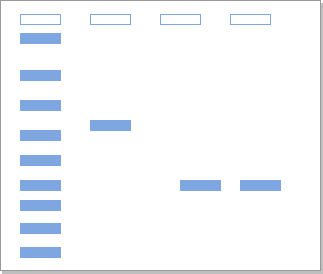
Before: experiment/simulation/images/outputgel.png, a diagram exported from draw.io (virtual-labs/exp-protein-page-iitkgp). Source tidied: cells renumbered, new cells last; positions are measured from the earlier drawing's top-left corner, leaving out a move shared by most shapes.
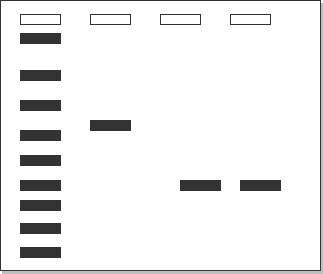
The same file after the commit.

What changed in the source:
```diff
@@ -2,55 +2,55 @@
   <root>
     <mxCell id="0" />
     <mxCell id="1" parent="0" />
-    <mxCell id="2" style="rounded=0;whiteSpace=wrap;html=1;strokeColor=#999999;glass=0;shadow=1;rotation=0;" parent="1" vertex="1">
+    <mxCell id="2" style="rounded=0;whiteSpace=wrap;html=1;strokeColor=#333333;glass=0;shadow=1;rotation=0;" parent="1" vertex="1">
       <mxGeometry width="320" height="270" as="geometry" />
     </mxCell>
-    <mxCell id="3" style="rounded=0;whiteSpace=wrap;html=1;fillColor=#FFFFFF;strokeColor=#7EA6E0;" parent="1" vertex="1">
+    <mxCell id="3" style="rounded=0;whiteSpace=wrap;html=1;fillColor=#FFFFFF;strokeColor=#333333;" parent="1" vertex="1">
       <mxGeometry x="20" y="14" width="40" height="10" as="geometry" />
     </mxCell>
-    <mxCell id="4" style="rounded=0;whiteSpace=wrap;html=1;fillColor=#FFFFFF;strokeColor=#7EA6E0;" parent="1" vertex="1">
+    <mxCell id="4" style="rounded=0;whiteSpace=wrap;html=1;fillColor=#FFFFFF;strokeColor=#333333;" parent="1" vertex="1">
       <mxGeometry x="90" y="14" width="40" height="10" as="geometry" />
     </mxCell>
-    <mxCell id="5" style="rounded=0;whiteSpace=wrap;html=1;fillColor=#FFFFFF;strokeColor=#7EA6E0;" parent="1" vertex="1">
+    <mxCell id="5" style="rounded=0;whiteSpace=wrap;html=1;fillColor=#FFFFFF;strokeColor=#333333;" parent="1" vertex="1">
       <mxGeometry x="160" y="14" width="40" height="10" as="geometry" />
     </mxCell>
-    <mxCell id="6" style="rounded=0;whiteSpace=wrap;html=1;fillColor=#FFFFFF;strokeColor=#7EA6E0;" parent="1" vertex="1">
+    <mxCell id="6" style="rounded=0;whiteSpace=wrap;html=1;fillColor=#FFFFFF;strokeColor=#333333;" parent="1" vertex="1">
       <mxGeometry x="230" y="14" width="40" height="10" as="geometry" />
     </mxCell>
-    <mxCell id="7" style="rounded=0;whiteSpace=wrap;html=1;fillColor=#7EA6E0;strokeColor=#7EA6E0;" parent="1" vertex="1">
+    <mxCell id="7" style="rounded=0;whiteSpace=wrap;html=1;fillColor=#333333;strokeColor=#333333;" parent="1" vertex="1">
       <mxGeometry x="20" y="33" width="40" height="10" as="geometry" />
     </mxCell>
-    <mxCell id="8" style="rounded=0;whiteSpace=wrap;html=1;fillColor=#7EA6E0;strokeColor=#7EA6E0;" parent="1" vertex="1">
+    <mxCell id="8" style="rounded=0;whiteSpace=wrap;html=1;fillColor=#333333;strokeColor=#333333;" parent="1" vertex="1">
       <mxGeometry x="20" y="70" width="40" height="10" as="geometry" />
     </mxCell>
-    <mxCell id="9" style="rounded=0;whiteSpace=wrap;html=1;fillColor=#7EA6E0;strokeColor=#7EA6E0;" parent="1" vertex="1">
+    <mxCell id="9" style="rounded=0;whiteSpace=wrap;html=1;fillColor=#333333;strokeColor=#333333;" parent="1" vertex="1">
       <mxGeometry x="20" y="100" width="40" height="10" as="geometry" />
     </mxCell>
-    <mxCell id="10" style="rounded=0;whiteSpace=wrap;html=1;fillColor=#7EA6E0;strokeColor=#7EA6E0;" parent="1" vertex="1">
+    <mxCell id="10" style="rounded=0;whiteSpace=wrap;html=1;fillColor=#333333;strokeColor=#333333;" parent="1" vertex="1">
       <mxGeometry x="20" y="130" width="40" height="10" as="geometry" />
     </mxCell>
-    <mxCell id="11" style="rounded=0;whiteSpace=wrap;html=1;fillColor=#7EA6E0;strokeColor=#7EA6E0;" parent="1" vertex="1">
+    <mxCell id="11" style="rounded=0;whiteSpace=wrap;html=1;fillColor=#333333;strokeColor=#333333;" parent="1" vertex="1">
       <mxGeometry x="20" y="155" width="40" height="10" as="geometry" />
     </mxCell>
-    <mxCell id="12" style="rounded=0;whiteSpace=wrap;html=1;fillColor=#7EA6E0;strokeColor=#7EA6E0;" parent="1" vertex="1">
+    <mxCell id="12" style="rounded=0;whiteSpace=wrap;html=1;fillColor=#333333;strokeColor=#333333;" parent="1" vertex="1">
       <mxGeometry x="20" y="180" width="40" height="10" as="geometry" />
     </mxCell>
-    <mxCell id="13" style="rounded=0;whiteSpace=wrap;html=1;fillColor=#7EA6E0;strokeColor=#7EA6E0;" parent="1" vertex="1">
+    <mxCell id="13" style="rounded=0;whiteSpace=wrap;html=1;fillColor=#333333;strokeColor=#333333;" parent="1" vertex="1">
       <mxGeometry x="90" y="120" width="40" height="10" as="geometry" />
     </mxCell>
-    <mxCell id="14" style="rounded=0;whiteSpace=wrap;html=1;fillColor=#7EA6E0;strokeColor=#7EA6E0;" parent="1" vertex="1">
+    <mxCell id="14" style="rounded=0;whiteSpace=wrap;html=1;fillColor=#333333;strokeColor=#333333;" parent="1" vertex="1">
       <mxGeometry x="180" y="180" width="40" height="10" as="geometry" />
     </mxCell>
-    <mxCell id="15" style="rounded=0;whiteSpace=wrap;html=1;fillColor=#7EA6E0;strokeColor=#7EA6E0;" parent="1" vertex="1">
+    <mxCell id="15" style="rounded=0;whiteSpace=wrap;html=1;fillColor=#333333;strokeColor=#333333;" parent="1" vertex="1">
       <mxGeometry x="240" y="180" width="40" height="10" as="geometry" />
     </mxCell>
-    <mxCell id="16" style="rounded=0;whiteSpace=wrap;html=1;fillColor=#7EA6E0;strokeColor=#7EA6E0;" parent="1" vertex="1">
+    <mxCell id="16" style="rounded=0;whiteSpace=wrap;html=1;fillColor=#333333;strokeColor=#333333;" parent="1" vertex="1">
       <mxGeometry x="20" y="200" width="40" height="10" as="geometry" />
     </mxCell>
-    <mxCell id="17" style="rounded=0;whiteSpace=wrap;html=1;fillColor=#7EA6E0;strokeColor=#7EA6E0;" parent="1" vertex="1">
+    <mxCell id="17" style="rounded=0;whiteSpace=wrap;html=1;fillColor=#333333;strokeColor=#333333;" parent="1" vertex="1">
       <mxGeometry x="20" y="223" width="40" height="10" as="geometry" />
     </mxCell>
-    <mxCell id="18" style="rounded=0;whiteSpace=wrap;html=1;fillColor=#7EA6E0;strokeColor=#7EA6E0;" parent="1" vertex="1">
+    <mxCell id="18" style="rounded=0;whiteSpace=wrap;html=1;fillColor=#333333;strokeColor=#333333;" parent="1" vertex="1">
       <mxGeometry x="20" y="247" width="40" height="10" as="geometry" />
     </mxCell>
   </root>
```
